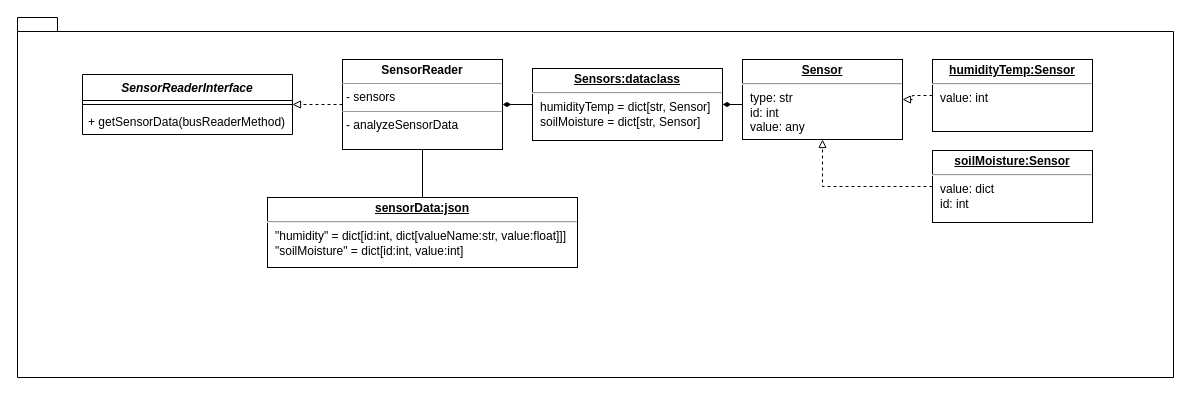
This is SensorReader/Architecture/Architecture.drawio from Uhgtred/OpenGreenHouse, a draw.io file, before an edit. Source tidied: cells renumbered, new cells numbered last; positions are measured from the earlier drawing's top-left corner, leaving out a move shared by most shapes. Both pictures are drawn from the tidied source at 100%, with x=0, y=0 at pixel (17, 17).
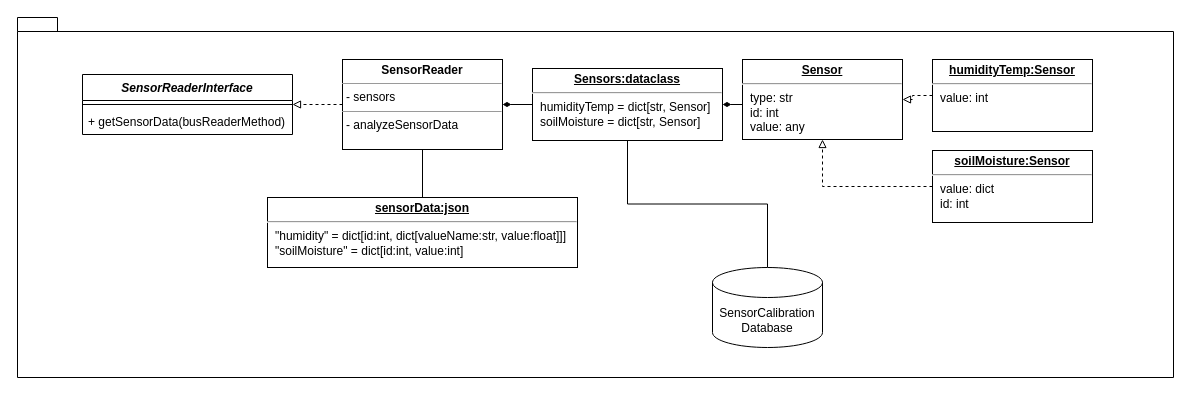
The same diagram, later.

Unchanged cells that the change refers to:
```xml
<mxCell id="11" value="&lt;p style=&quot;margin:0px;margin-top:4px;text-align:center;text-decoration:underline;&quot;&gt;&lt;b&gt;Sensors:dataclass&lt;/b&gt;&lt;/p&gt;&lt;hr&gt;&lt;p style=&quot;margin:0px;margin-left:8px;&quot;&gt;humidityTemp = dict[str, Sensor]&lt;br&gt;soilMoisture = dict[str, Sensor]&lt;br&gt;&lt;/p&gt;" style="verticalAlign=top;align=left;overflow=fill;fontSize=12;fontFamily=Helvetica;html=1;" parent="1" vertex="1">
  <mxGeometry x="515" y="51" width="190" height="72" as="geometry" />
</mxCell>
```

What changed in the source:
```diff
@@
+    <mxCell id="20" style="edgeStyle=orthogonalEdgeStyle;rounded=0;jettySize=auto;html=1;endArrow=none;endFill=0;" parent="1" edge="1" source="11" target="21">
+      <mxGeometry relative="1" as="geometry" />
+    </mxCell>
@@
+    <mxCell id="21" value="SensorCalibration&lt;br&gt;Database" style="shape=cylinder3;whiteSpace=wrap;html=1;boundedLbl=1;backgroundOutline=1;size=15;" parent="1" vertex="1">
+      <mxGeometry x="695" y="250" width="110" height="80" as="geometry" />
+    </mxCell>
```
